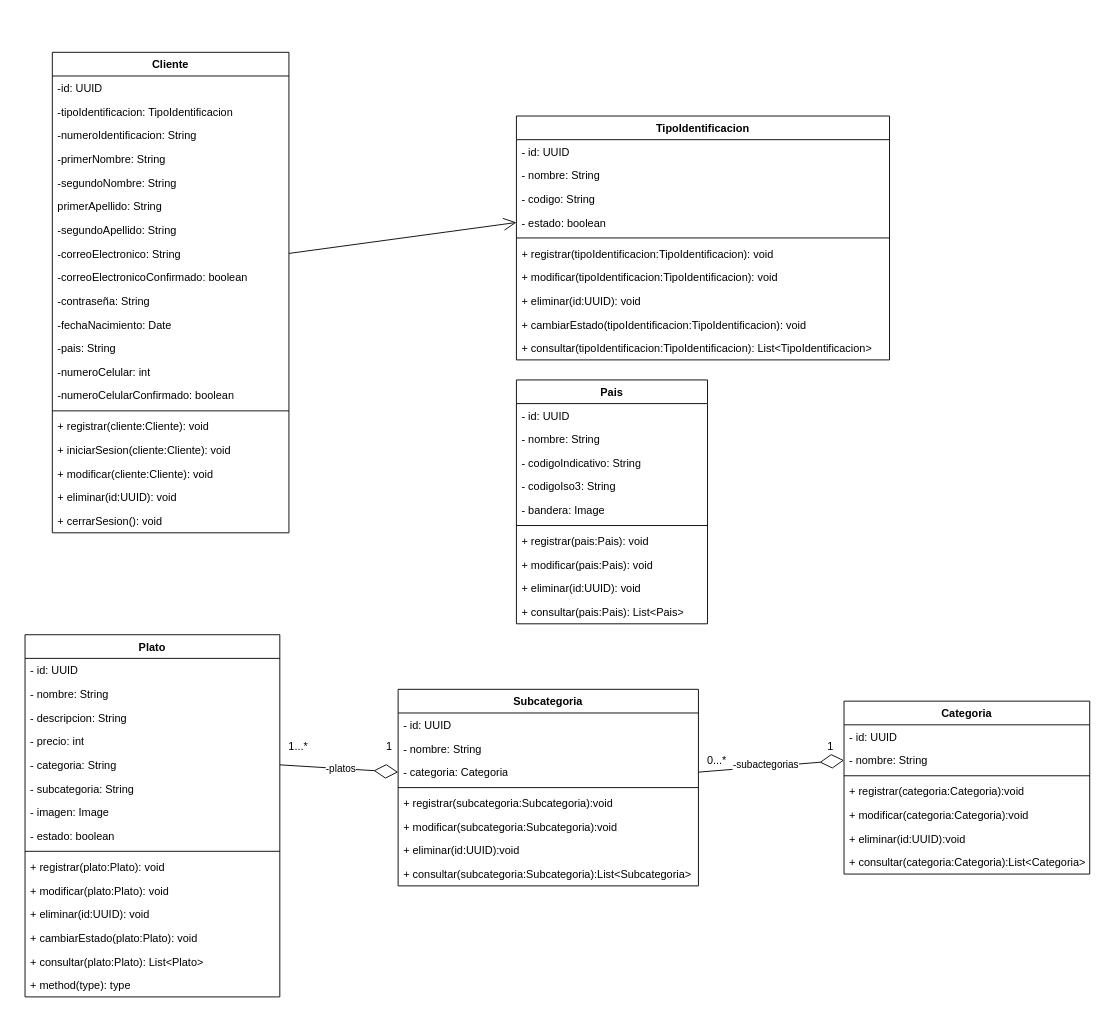
Earlier version of the draw.io diagram page "Diagrama Clases" (13 of 13) of Restaurante_Disenio.drawio (andrescardo98/doo). Source tidied: cells renumbered, new cells numbered last; positions are measured from the earlier drawing's top-left corner, leaving out a move shared by most shapes. Both pictures are drawn from the tidied source at 91%, with x=0, y=0 at pixel (25, 52).
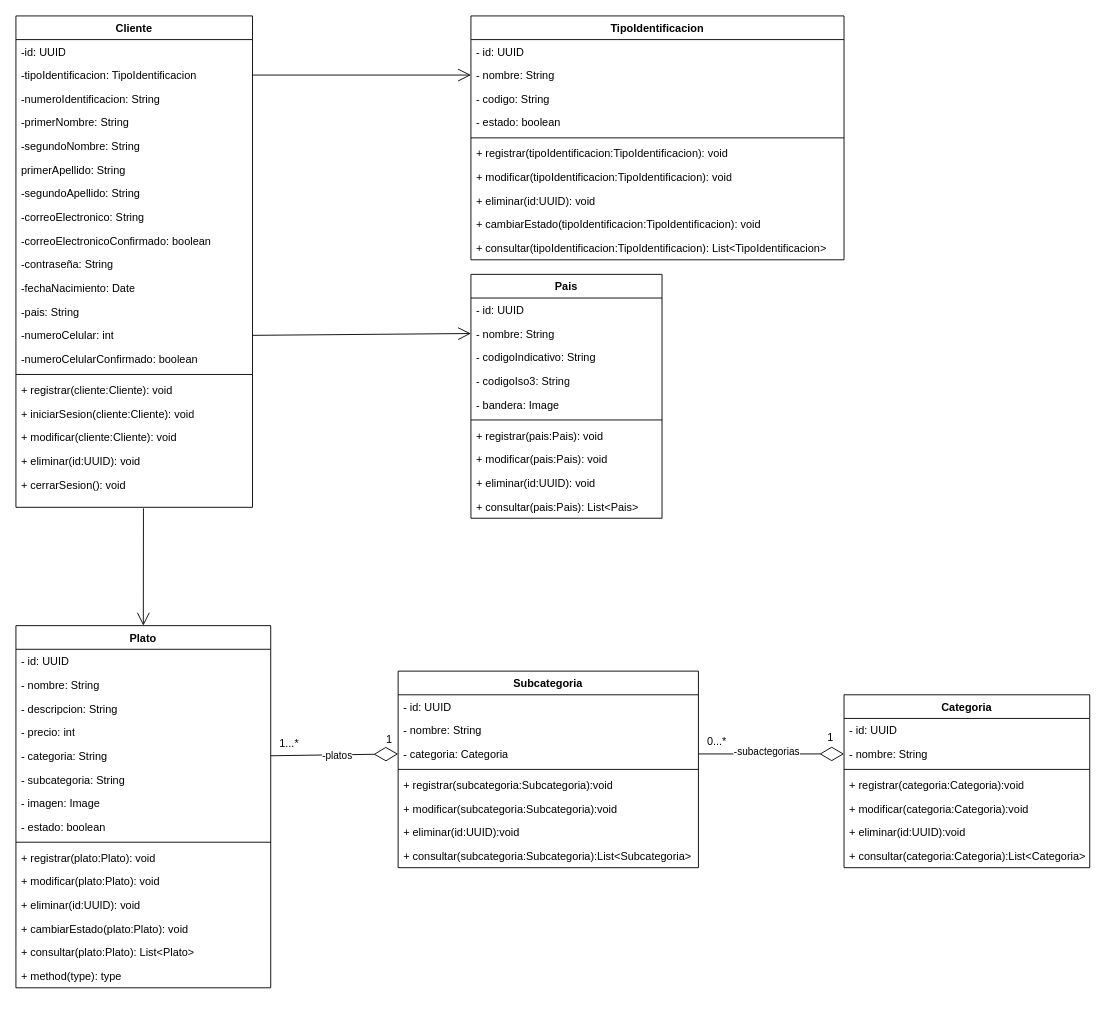
The same diagram, later.

The change refers to these unchanged cells:
```xml
<mxCell id="4" value="-tipoIdentificacion: TipoIdentificacion" style="text;strokeColor=none;fillColor=none;align=left;verticalAlign=top;spacingLeft=4;spacingRight=4;overflow=hidden;points=[[0,0.5],[1,0.5]];portConstraint=eastwest;whiteSpace=wrap;html=1;" parent="2" vertex="1">
  <mxGeometry y="52" width="260" height="26" as="geometry" />
</mxCell>
<mxCell id="10" value="-correoElectronico: String" style="text;strokeColor=none;fillColor=none;align=left;verticalAlign=top;spacingLeft=4;spacingRight=4;overflow=hidden;points=[[0,0.5],[1,0.5]];portConstraint=eastwest;whiteSpace=wrap;html=1;" parent="2" vertex="1">
  <mxGeometry y="208" width="260" height="26" as="geometry" />
</mxCell>
<mxCell id="15" value="-numeroCelular: int" style="text;strokeColor=none;fillColor=none;align=left;verticalAlign=top;spacingLeft=4;spacingRight=4;overflow=hidden;points=[[0,0.5],[1,0.5]];portConstraint=eastwest;whiteSpace=wrap;html=1;" parent="2" vertex="1">
  <mxGeometry y="338" width="260" height="26" as="geometry" />
</mxCell>
<mxCell id="25" value="- nombre: String" style="text;strokeColor=none;fillColor=none;align=left;verticalAlign=top;spacingLeft=4;spacingRight=4;overflow=hidden;points=[[0,0.5],[1,0.5]];portConstraint=eastwest;whiteSpace=wrap;html=1;" parent="23" vertex="1">
  <mxGeometry y="52" width="410" height="26" as="geometry" />
</mxCell>
<mxCell id="27" value="- estado: boolean" style="text;strokeColor=none;fillColor=none;align=left;verticalAlign=top;spacingLeft=4;spacingRight=4;overflow=hidden;points=[[0,0.5],[1,0.5]];portConstraint=eastwest;whiteSpace=wrap;html=1;" parent="23" vertex="1">
  <mxGeometry y="104" width="410" height="26" as="geometry" />
</mxCell>
<mxCell id="52" value="- nombre: String" style="text;strokeColor=none;fillColor=none;align=left;verticalAlign=top;spacingLeft=4;spacingRight=4;overflow=hidden;points=[[0,0.5],[1,0.5]];portConstraint=eastwest;whiteSpace=wrap;html=1;" parent="50" vertex="1">
  <mxGeometry y="52" width="210" height="26" as="geometry" />
</mxCell>
```

Change to the diagram source:
```diff
@@
     <mxCell id="2" value="Cliente" style="swimlane;fontStyle=1;align=center;verticalAlign=top;horizontal=1;startSize=26;whiteSpace=wrap;html=1;" parent="1" vertex="1">
-      <mxGeometry x="30" width="260" height="528" as="geometry" />
+      <mxGeometry x="-10" y="-40" width="260" height="540" as="geometry" />
     </mxCell>
@@
     <mxCell id="22" value="+ cerrarSesion(): void" style="text;strokeColor=none;fillColor=none;align=left;verticalAlign=top;spacingLeft=4;spacingRight=4;overflow=hidden;points=[[0,0.5],[1,0.5]];portConstraint=eastwest;whiteSpace=wrap;html=1;" parent="2" vertex="1">
-      <mxGeometry y="502" width="260" height="26" as="geometry" />
+      <mxGeometry y="502" width="260" height="38" as="geometry" />
     </mxCell>
     <mxCell id="23" value="TipoIdentificacion" style="swimlane;fontStyle=1;align=center;verticalAlign=top;horizontal=1;startSize=26;whiteSpace=wrap;html=1;" parent="1" vertex="1">
-      <mxGeometry x="540" y="70" width="410" height="268" as="geometry" />
+      <mxGeometry x="490" y="-40" width="410" height="268" as="geometry" />
     </mxCell>
@@
     <mxCell id="34" value="Plato" style="swimlane;fontStyle=1;align=center;verticalAlign=top;horizontal=1;startSize=26;whiteSpace=wrap;html=1;" parent="1" vertex="1">
-      <mxGeometry y="640" width="280" height="398" as="geometry" />
+      <mxGeometry x="-10" y="630" width="280" height="398" as="geometry" />
     </mxCell>
@@
     <mxCell id="50" value="Pais" style="swimlane;fontStyle=1;align=center;verticalAlign=top;horizontal=1;startSize=26;whiteSpace=wrap;html=1;" parent="1" vertex="1">
-      <mxGeometry x="540" y="360" width="210" height="268" as="geometry" />
+      <mxGeometry x="490" y="244" width="210" height="268" as="geometry" />
     </mxCell>
@@
     <mxCell id="61" value="Subcategoria" style="swimlane;fontStyle=1;align=center;verticalAlign=top;horizontal=1;startSize=26;whiteSpace=wrap;html=1;" parent="1" vertex="1">
-      <mxGeometry x="410" y="700" width="330" height="216" as="geometry" />
+      <mxGeometry x="410" y="680" width="330" height="216" as="geometry" />
     </mxCell>
@@
     <mxCell id="70" value="Categoria" style="swimlane;fontStyle=1;align=center;verticalAlign=top;horizontal=1;startSize=26;whiteSpace=wrap;html=1;" parent="1" vertex="1">
-      <mxGeometry x="900" y="713" width="270" height="190" as="geometry" />
+      <mxGeometry x="900" y="706" width="270" height="190" as="geometry" />
     </mxCell>
@@
     <mxCell id="80" value="1" style="text;html=1;align=center;verticalAlign=middle;strokeColor=none;fillColor=none;" parent="1" vertex="1">
-      <mxGeometry x="870" y="748" width="30" height="30" as="geometry" />
+      <mxGeometry x="870" y="738" width="30" height="30" as="geometry" />
     </mxCell>
     <mxCell id="81" value="0...*" style="text;html=1;align=center;verticalAlign=middle;strokeColor=none;fillColor=none;" parent="1" vertex="1">
-      <mxGeometry x="740" y="764" width="40" height="30" as="geometry" />
+      <mxGeometry x="740" y="743" width="40" height="30" as="geometry" />
     </mxCell>
@@
     <mxCell id="84" value="1" style="text;html=1;align=center;verticalAlign=middle;strokeColor=none;fillColor=none;" parent="1" vertex="1">
-      <mxGeometry x="385" y="748" width="30" height="30" as="geometry" />
+      <mxGeometry x="385" y="741" width="30" height="30" as="geometry" />
     </mxCell>
     <mxCell id="85" value="1...*" style="text;html=1;align=center;verticalAlign=middle;strokeColor=none;fillColor=none;" parent="1" vertex="1">
-      <mxGeometry x="280" y="748" width="40" height="30" as="geometry" />
+      <mxGeometry x="270" y="745" width="40" height="30" as="geometry" />
     </mxCell>
-    <mxCell id="86" style="endArrow=open;endFill=1;endSize=12;html=1;rounded=0;exitX=1;exitY=0.5;exitDx=0;exitDy=0;entryX=0;entryY=0.5;entryDx=0;entryDy=0;" parent="1" edge="1" source="10" target="27">
+    <mxCell id="86" style="endArrow=open;endFill=1;endSize=12;html=1;rounded=0;exitX=1;exitY=0.5;exitDx=0;exitDy=0;entryX=0;entryY=0.5;entryDx=0;entryDy=0;" parent="1" edge="1" source="4" target="25">
       <mxGeometry relative="1" as="geometry" />
     </mxCell>
+    <mxCell id="87" style="endArrow=open;endFill=1;endSize=12;html=1;rounded=0;entryX=0.5;entryY=0;entryDx=0;entryDy=0;exitX=0.539;exitY=1.03;exitDx=0;exitDy=0;exitPerimeter=0;" parent="1" edge="1" source="22" target="34">
+      <mxGeometry relative="1" as="geometry" />
+    </mxCell>
+    <mxCell id="88" style="endArrow=open;endFill=1;endSize=12;html=1;rounded=0;exitX=1;exitY=0.5;exitDx=0;exitDy=0;entryX=0;entryY=0.5;entryDx=0;entryDy=0;" parent="1" edge="1" source="15" target="52">
+      <mxGeometry relative="1" as="geometry" />
+    </mxCell>
```
